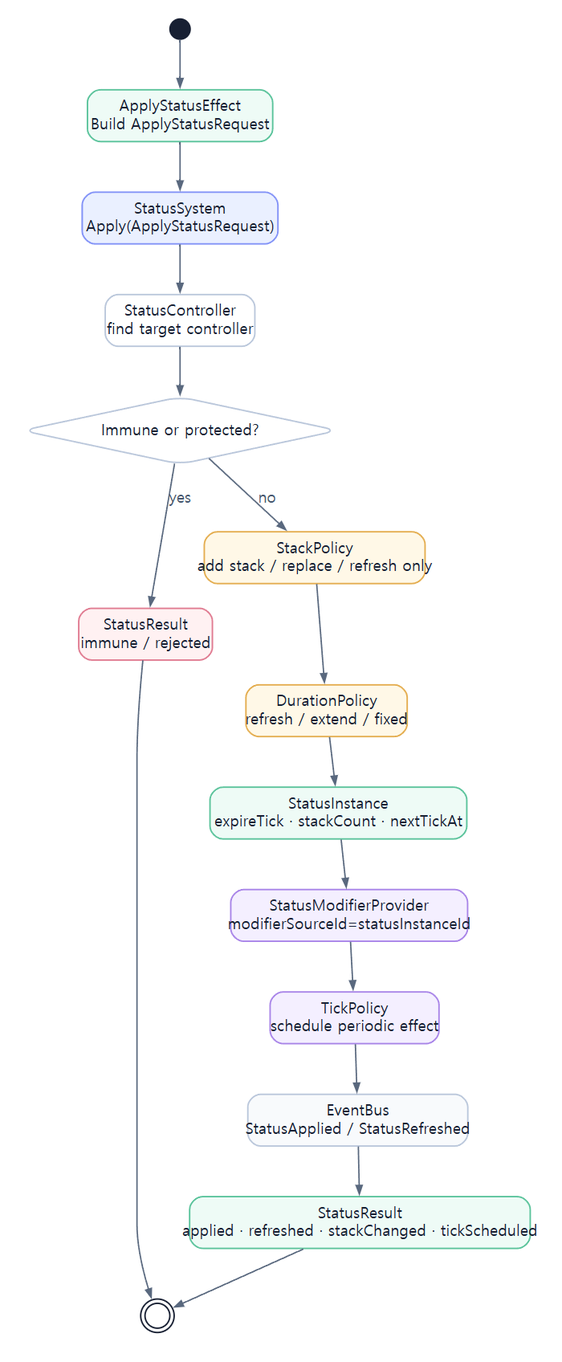
This is assets/diagrams/28_status_apply_sequence_diagram.png from JY-LemongO/game-system-framework-knowledge-site, a Graphviz export, as it was before one commit. Its source is kept beside it as source/diagrams/28_status_apply_sequence_diagram.dot.
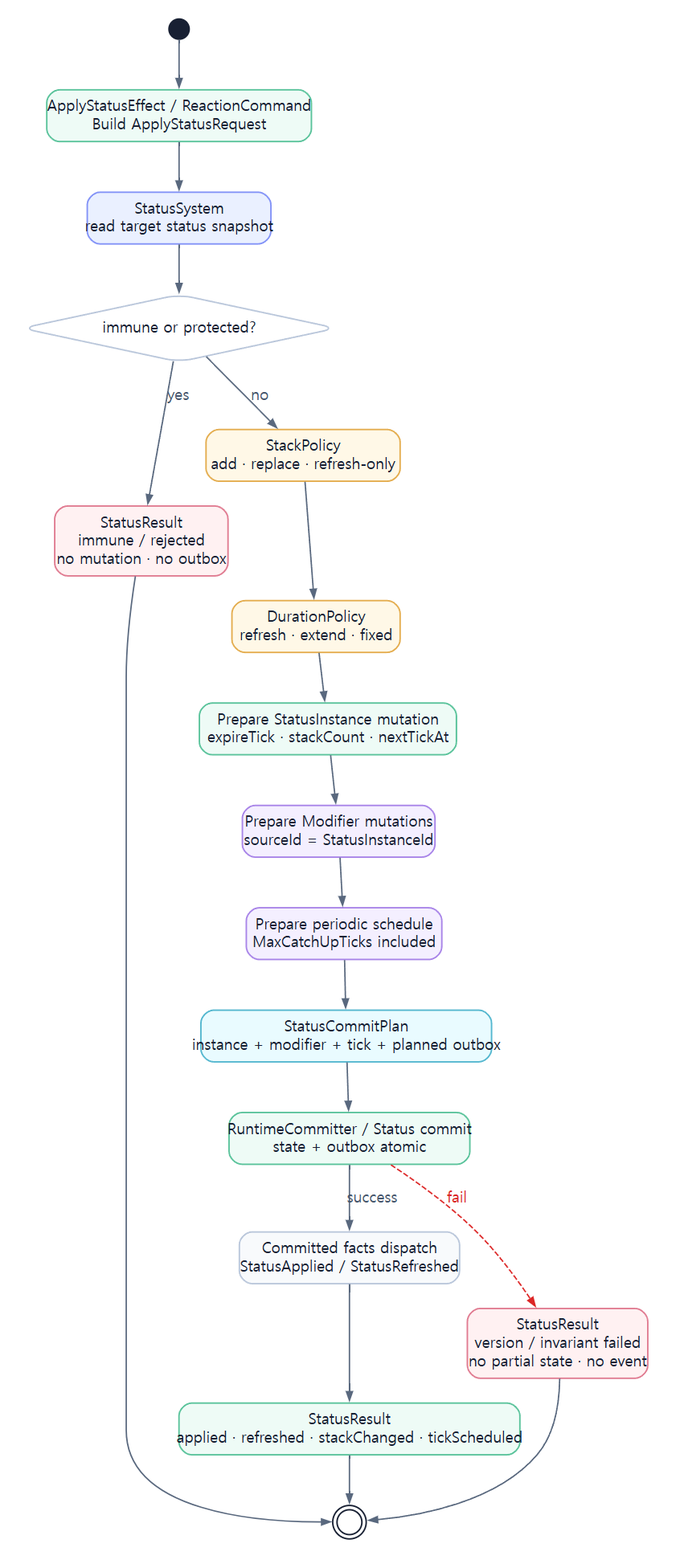
Above is the later version.

What changed in the source:
```diff
@@ -5,23 +5,29 @@
   rankdir=TB;
 
   start [shape=circle, width=.26, label="", fillcolor="#182033", color="#182033"];
-  effect [label="ApplyStatusEffect\nBuild ApplyStatusRequest", fillcolor="#eefbf6", color="#5ac39b"];
-  system [label="StatusSystem\nApply(ApplyStatusRequest)", fillcolor="#eaf0ff", color="#8292f7"];
-  controller [label="StatusController\nfind target controller", fillcolor="#ffffff"];
-  immune [shape=diamond, label="Immune or protected?"];
-  rejected [label="StatusResult\nimmune / rejected", fillcolor="#fff1f2", color="#e07b91"];
-  stack [label="StackPolicy\nadd stack / replace / refresh only", fillcolor="#fff8e7", color="#e4ad4f"];
-  duration [label="DurationPolicy\nrefresh / extend / fixed", fillcolor="#fff8e7", color="#e4ad4f"];
-  instance [label="StatusInstance\nexpireTick · stackCount · nextTickAt", fillcolor="#eefbf6", color="#5ac39b"];
-  modifier [label="StatusModifierProvider\nmodifierSourceId=statusInstanceId", fillcolor="#f4efff", color="#a884e8"];
-  tick [label="TickPolicy\nschedule periodic effect", fillcolor="#f4efff", color="#a884e8"];
-  event [label="EventBus\nStatusApplied / StatusRefreshed", fillcolor="#f8fafc"];
+  effect [label="ApplyStatusEffect / ReactionCommand\nBuild ApplyStatusRequest", fillcolor="#eefbf6", color="#5ac39b"];
+  system [label="StatusSystem\nread target status snapshot", fillcolor="#eaf0ff", color="#8292f7"];
+  immune [shape=diamond, label="immune or protected?"];
+  rejected [label="StatusResult\nimmune / rejected\nno mutation · no outbox", fillcolor="#fff1f2", color="#e07b91"];
+  stack [label="StackPolicy\nadd · replace · refresh-only", fillcolor="#fff8e7", color="#e4ad4f"];
+  duration [label="DurationPolicy\nrefresh · extend · fixed", fillcolor="#fff8e7", color="#e4ad4f"];
+  instance [label="Prepare StatusInstance mutation\nexpireTick · stackCount · nextTickAt", fillcolor="#eefbf6", color="#5ac39b"];
+  modifier [label="Prepare Modifier mutations\nsourceId = StatusInstanceId", fillcolor="#f4efff", color="#a884e8"];
+  tick [label="Prepare periodic schedule\nMaxCatchUpTicks included", fillcolor="#f4efff", color="#a884e8"];
+  plan [label="StatusCommitPlan\ninstance + modifier + tick + planned outbox", fillcolor="#e9fbff", color="#54b7cf"];
+  commit [label="RuntimeCommitter / Status commit\nstate + outbox atomic", fillcolor="#eefbf6", color="#5ac39b"];
+  event [label="Committed facts dispatch\nStatusApplied / StatusRefreshed", fillcolor="#f8fafc"];
   result [label="StatusResult\napplied · refreshed · stackChanged · tickScheduled", fillcolor="#eefbf6", color="#5ac39b"];
+  failed [label="StatusResult\nversion / invariant failed\nno partial state · no event", fillcolor="#fff1f2", color="#e07b91"];
   end [shape=doublecircle, width=.32, label="", fillcolor="#ffffff", color="#182033"];
 
-  start -> effect -> system -> controller -> immune;
+  start -> effect -> system -> immune;
   immune -> rejected [label="yes"];
   rejected -> end;
   immune -> stack [label="no"];
-  stack -> duration -> instance -> modifier -> tick -> event -> result -> end;
+  stack -> duration -> instance -> modifier -> tick -> plan -> commit;
+  commit -> failed [label="fail", style=dashed, color="#dc2626", fontcolor="#dc2626"];
+  failed -> end;
+  commit -> event [label="success"];
+  event -> result -> end;
 }
```
